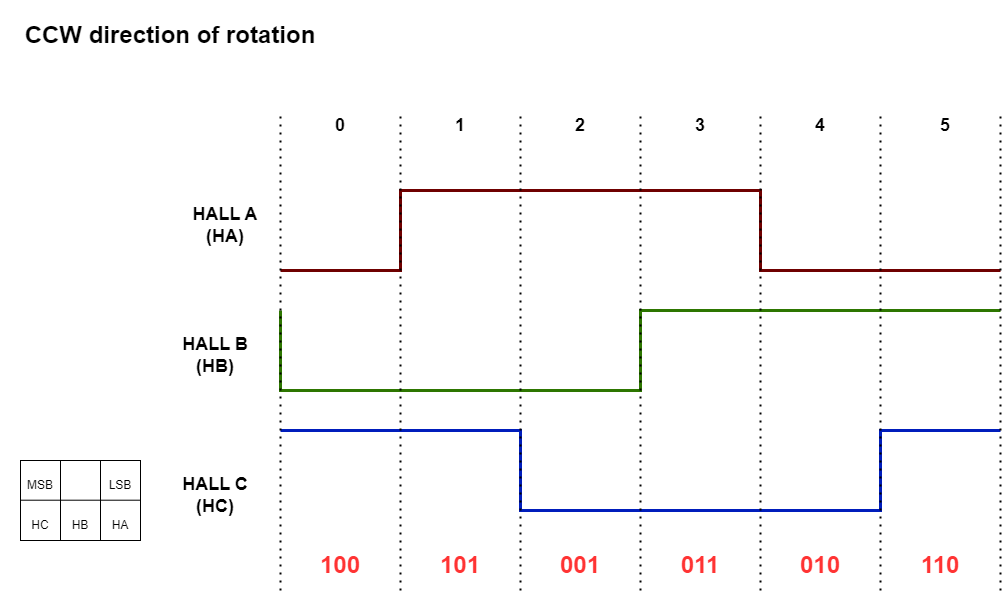
microchip-pic-avr-examples/avr16eb32-bldc-pmsm-motor-control-demo keeps this draw.io diagram as images/hall_ccw_sm.png. Above is the earlier version. Source tidied: cells renumbered, new cells last; positions are measured from the earlier drawing's top-left corner, leaving out a move shared by most shapes.
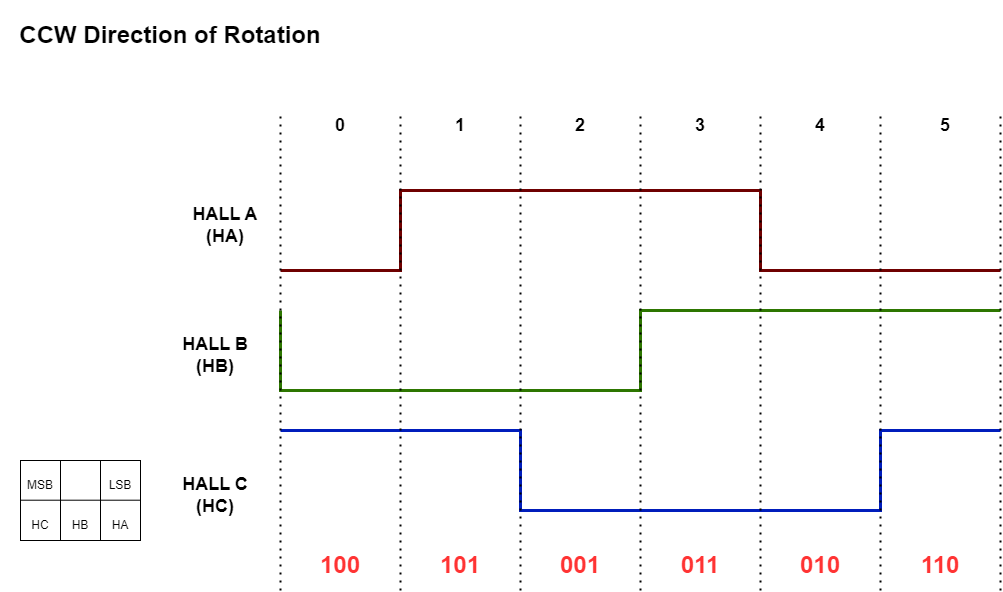
Later version of the same file.

The edit, as a diff of the source:
```diff
@@ -104,7 +104,7 @@
     <mxCell id="19" value="&lt;font style=&quot;font-size: 18px;&quot;&gt;&lt;b&gt;5&lt;/b&gt;&lt;/font&gt;" style="text;html=1;align=center;verticalAlign=middle;whiteSpace=wrap;rounded=0;" parent="1" vertex="1">
       <mxGeometry x="930" y="110" width="30" height="30" as="geometry" />
     </mxCell>
-    <mxCell id="20" value="&lt;font style=&quot;font-size: 24px;&quot;&gt;&lt;b style=&quot;&quot;&gt;CCW direction of rotation&lt;/b&gt;&lt;/font&gt;" style="text;html=1;align=center;verticalAlign=middle;whiteSpace=wrap;rounded=0;" parent="1" vertex="1">
+    <mxCell id="20" value="&lt;font style=&quot;font-size: 24px;&quot;&gt;&lt;b style=&quot;&quot;&gt;CCW Direction of Rotation&lt;/b&gt;&lt;/font&gt;" style="text;html=1;align=center;verticalAlign=middle;whiteSpace=wrap;rounded=0;" parent="1" vertex="1">
       <mxGeometry width="340" height="70" as="geometry" />
     </mxCell>
     <mxCell id="21" style="rounded=0;whiteSpace=wrap;html=1;" parent="1" vertex="1">
```
